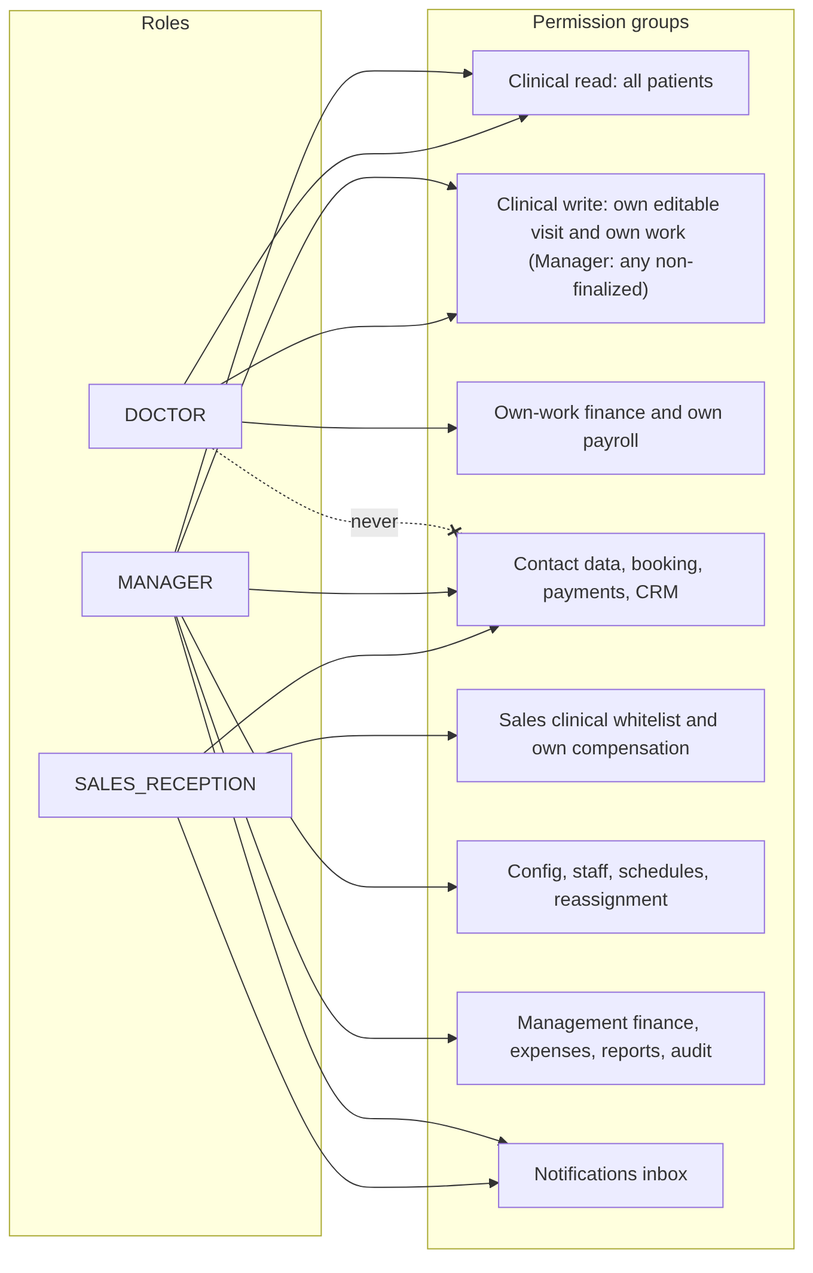
mostafaabdullah11/Dental-clinical-system keeps this Mermaid diagram as docs/rendered-diagrams/diagram-04-role-permission.png. Above is the earlier version. Its source is kept beside it as docs/diagrams/diagram-04-role-permission.mmd. Its diagram source:
```mermaid
flowchart LR
    subgraph Roles
        DOC["DOCTOR"]
        SAL["SALES_RECEPTION"]
        MAN["MANAGER"]
    end
    subgraph Keys["Permission groups"]
        K1["Clinical read: all patients"]
        K2["Clinical write: own editable visit and own work (Manager: any non-finalized)"]
        K3["Own-work finance and own payroll"]
        K4["Contact data, booking, payments, CRM"]
        K5["Sales clinical whitelist and own compensation"]
        K6["Config, staff, schedules, reassignment"]
        K7["Management finance, expenses, reports, audit"]
        K8["Notifications inbox"]
    end
    DOC --> K1
    DOC --> K2
    DOC --> K3
    SAL --> K4
    SAL --> K5
    SAL --> K8
    MAN --> K1
    MAN --> K2
    MAN --> K4
    MAN --> K6
    MAN --> K7
    MAN --> K8
    DOC -.-x|"never"| K4
```
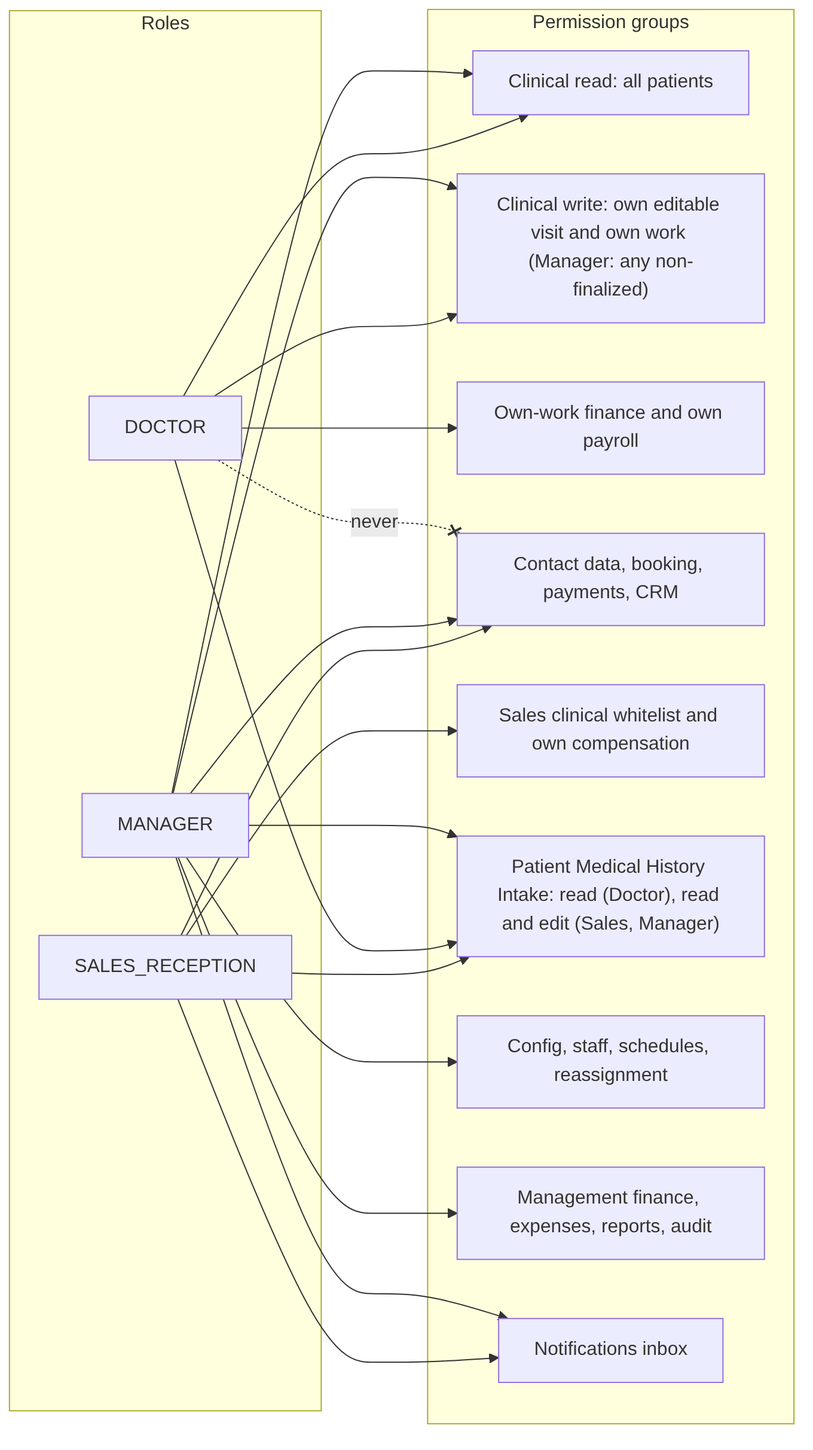
Later version of the same file.

The edit, as a diff of the source:
```diff
@@ -6,19 +6,32 @@
     end
     subgraph Keys["Permission groups"]
         K1["Clinical read: all patients"]
-        K2["Clinical write: own editable visit and own work (Manager: any non-finalized)"]
+        K2["Clinical write: own editable visit and own work, controlled correction of own finalized visit (Manager: any non-finalized)"]
         K3["Own-work finance and own payroll"]
-        K4["Contact data, booking, payments, CRM"]
-        K5["Sales clinical whitelist and own compensation"]
-        K6["Config, staff, schedules, reassignment"]
-        K7["Management finance, expenses, reports, audit"]
+        K4["Contact data, booking, arrival, Confirm / Cancel / No Show, payments, CRM, ortho installment application"]
+        K5["Sales clinical whitelist (referral reason and destination, DOB, no Doctor notes) and own compensation"]
+        K9["Patient Medical History Intake: read (Doctor), read and edit (Sales, Manager)"]
+        K10["Discount on a pricing line before finalization (Finance.Discount.Set): Doctor own line, Sales through the pricing view, Manager"]
+        K12["Create Materials / Petty expense, read the allowed-categories lookup, record Patient Feedback (create only)"]
+        K6["Config, staff, accounts, set password, schedules, reassignment, assign unassigned leads"]
+        K13["Attendance, Assistant overtime and overtime rate, Assistant salary and payroll (Manager only)"]
+        K7["Management finance, all expenses, reports, feedback results, audit"]
+        K11["Corrections and revisions only, never initial entries: payment corrections, price and discount adjustments (non-ortho charges; an Ortho Total changes only through Orthodontics.Terms.Edit, never through a generic adjustment), ortho term edits and schedule changes (manual schedule adjustment: amounts, unpaid due dates, add, retire; never delete), fixed lab revision, Sales commission rate change for future collections (Manager only)"]
         K8["Notifications inbox"]
+        K14["Initial entries: work price, consultation fee, fixed lab amount, ortho terms stored during the Visit (Doctor only)"]
     end
     DOC --> K1
     DOC --> K2
     DOC --> K3
+    DOC --> K10
+    DOC --> K14
     SAL --> K4
     SAL --> K5
+    SAL --> K9
+    SAL --> K10
+    SAL --> K12
+    DOC --> K9
+    MAN --> K9
     SAL --> K8
     MAN --> K1
     MAN --> K2
@@ -26,4 +39,12 @@
     MAN --> K6
     MAN --> K7
     MAN --> K8
+    MAN --> K10
+    MAN --> K11
+    MAN --> K12
+    MAN --> K13
     DOC -.-x|"never"| K4
+    MAN -.-x|"never"| K14
+    SAL -.-x|"never"| K14
+    SAL -.-x|"never"| K13
+    SAL -.-x|"never"| K7
```
